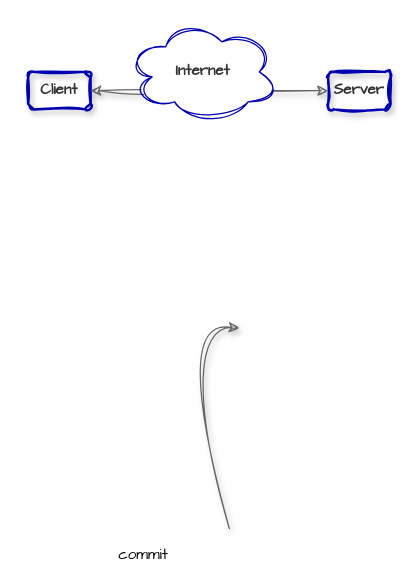
Before: docs/assets/client-server.drawio in SpaceFrontiers/summa, a draw.io diagram. Source tidied: cells renumbered, new cells numbered last; positions are measured from the earlier drawing's top-left corner, leaving out a move shared by most shapes. Both pictures are drawn from the tidied source at 125%, with x=0, y=0 at pixel (28, 21).
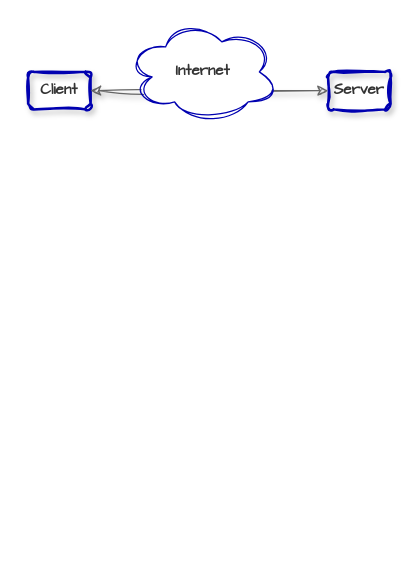
The same diagram, later.

The edit, as a diff of the source:
```diff
@@
 <mxGraphModel>
   <root>
     <mxCell id="0" />
     <mxCell id="1" parent="0" />
-    <mxCell id="2" style="endArrow=classic;html=1;fontFamily=Comic Sans MS;exitX=0.5;exitY=1;exitDx=0;exitDy=0;entryX=0;entryY=0.7;entryDx=0;entryDy=0;curved=1;fontColor=default;strokeColor=#666666;sketch=1;curveFitting=1;jiggle=2;shadow=1;labelBackgroundColor=none;labelBorderColor=none;fontStyle=1;fontSize=12;" parent="1" edge="1">
-      <mxGeometry relative="1" as="geometry">
-        <mxPoint x="161" y="405.5" as="sourcePoint" />
-        <mxPoint x="169" y="245.1" as="targetPoint" />
-        <Array as="points">
-          <mxPoint x="120" y="240" />
-        </Array>
-      </mxGeometry>
-    </mxCell>
-    <mxCell id="3" value="commit" style="edgeLabel;html=1;align=center;verticalAlign=middle;fontSize=12;fontFamily=Comic Sans MS;fontColor=default;labelBackgroundColor=none;rotation=0;" parent="2" vertex="1">
-      <mxGeometry x="-0.37" y="6" relative="1" as="geometry">
-        <mxPoint x="-47" y="87" as="offset" />
-      </mxGeometry>
-    </mxCell>
     <mxCell id="4" value="Client" style="rounded=1;whiteSpace=wrap;html=1;fontFamily=Comic Sans MS;strokeColor=#0000B0;fontColor=#333333;strokeWidth=2;sketch=1;curveFitting=1;jiggle=2;shadow=1;labelBackgroundColor=none;labelBorderColor=none;fontStyle=1;fontSize=12;fillColor=none;" parent="1" vertex="1">
       <mxGeometry y="40" width="50" height="30" as="geometry" />
     </mxCell>
     <mxCell id="5" value="Server" style="rounded=1;whiteSpace=wrap;html=1;fontFamily=Comic Sans MS;strokeColor=#0000B0;fontColor=#333333;strokeWidth=2;sketch=1;curveFitting=1;jiggle=2;shadow=1;labelBackgroundColor=none;labelBorderColor=none;fontStyle=1;fontSize=12;fillColor=none;" parent="1" vertex="1">
       <mxGeometry x="240" y="40" width="50" height="30" as="geometry" />
     </mxCell>
     <mxCell id="6" style="endArrow=classic;startArrow=classic;html=1;rounded=0;fontFamily=Comic Sans MS;entryX=0;entryY=0.5;entryDx=0;entryDy=0;exitX=1;exitY=0.5;exitDx=0;exitDy=0;fontColor=default;strokeColor=#666666;sketch=1;curveFitting=1;jiggle=2;shadow=1;labelBackgroundColor=none;labelBorderColor=none;fontStyle=1;fontSize=12;" parent="1" edge="1" source="4" target="5">
       <mxGeometry relative="1" as="geometry" />
     </mxCell>
     <mxCell id="7" value="Internet" style="ellipse;shape=cloud;whiteSpace=wrap;html=1;sketch=1;curveFitting=1;jiggle=2;strokeColor=#0000B0;fontFamily=Comic Sans MS;fontStyle=1;fontColor=#333333;" parent="1" vertex="1">
       <mxGeometry x="80" width="120" height="80" as="geometry" />
     </mxCell>
   </root>
 </mxGraphModel>
```
